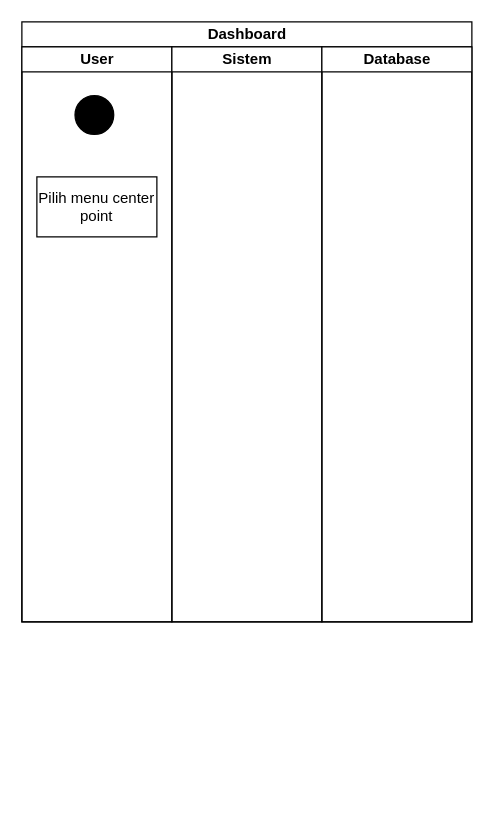
Before: page "center point" (5 of 6) of activity diagram gis.drawio in AmirRazer/DrawIoErd, a draw.io diagram. Source tidied: cells renumbered, new cells numbered last; positions are measured from the earlier drawing's top-left corner, leaving out a move shared by most shapes. Both pictures are drawn from the tidied source at 125%, with x=0, y=0 at pixel (21, 21).
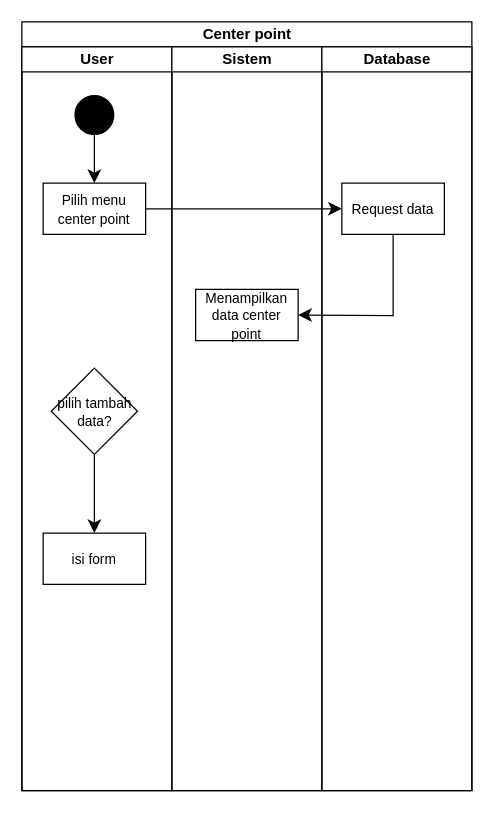
The same diagram, later.

Diff of the diagram source:
```diff
@@
 <mxGraphModel>
   <root>
     <mxCell id="0" />
     <mxCell id="1" parent="0" />
-    <mxCell id="2" value="Dashboard" style="swimlane;startSize=20;html=1;" parent="1" vertex="1">
-      <mxGeometry width="360" height="480" as="geometry" />
+    <mxCell id="2" value="Center point" style="swimlane;startSize=20;html=1;" parent="1" vertex="1">
+      <mxGeometry width="360" height="615" as="geometry" />
     </mxCell>
     <mxCell id="3" value="User" style="swimlane;startSize=20;html=1;" parent="2" vertex="1">
-      <mxGeometry y="20" width="120" height="460" as="geometry" />
+      <mxGeometry y="20" width="120" height="595" as="geometry" />
     </mxCell>
+    <mxCell id="8" style="edgeStyle=none;curved=1;rounded=0;jettySize=auto;html=1;entryX=0.5;entryY=0;entryDx=0;entryDy=0;fontSize=12;startSize=8;endSize=8;" parent="3" edge="1" source="4" target="5">
+      <mxGeometry relative="1" as="geometry" />
+    </mxCell>
     <mxCell id="4" style="ellipse;whiteSpace=wrap;html=1;fillColor=#000000;" parent="3" vertex="1">
       <mxGeometry x="42.5" y="39" width="31" height="31" as="geometry" />
     </mxCell>
-    <mxCell id="5" value="Pilih menu center point" style="rounded=0;whiteSpace=wrap;html=1;" parent="3" vertex="1">
-      <mxGeometry x="12" y="104" width="96" height="48" as="geometry" />
+    <mxCell id="5" value="&lt;font style=&quot;font-size: 11px;&quot;&gt;Pilih menu center point&lt;/font&gt;" style="rounded=0;whiteSpace=wrap;html=1;" parent="3" vertex="1">
+      <mxGeometry x="17" y="109" width="82" height="41" as="geometry" />
     </mxCell>
+    <mxCell id="9" style="edgeStyle=none;curved=1;rounded=0;jettySize=auto;html=1;entryX=0.5;entryY=0;entryDx=0;entryDy=0;fontSize=12;startSize=8;endSize=8;" parent="3" edge="1" source="10" target="11">
+      <mxGeometry relative="1" as="geometry" />
+    </mxCell>
+    <mxCell id="10" value="&lt;font style=&quot;font-size: 11px;&quot;&gt;pilih tambah data?&lt;/font&gt;" style="rhombus;whiteSpace=wrap;html=1;" parent="3" vertex="1">
+      <mxGeometry x="23.5" y="257" width="69" height="69" as="geometry" />
+    </mxCell>
+    <mxCell id="11" value="&lt;font style=&quot;font-size: 11px;&quot;&gt;isi form&lt;/font&gt;" style="rounded=0;whiteSpace=wrap;html=1;" parent="3" vertex="1">
+      <mxGeometry x="17" y="389" width="82" height="41" as="geometry" />
+    </mxCell>
     <mxCell id="6" value="Sistem" style="swimlane;startSize=20;html=1;" parent="2" vertex="1">
-      <mxGeometry x="120" y="20" width="120" height="460" as="geometry" />
+      <mxGeometry x="120" y="20" width="120" height="595" as="geometry" />
     </mxCell>
+    <mxCell id="12" value="&lt;span style=&quot;font-size: 11px;&quot;&gt;Menampilkan data center point&lt;/span&gt;" style="rounded=0;whiteSpace=wrap;html=1;" parent="6" vertex="1">
+      <mxGeometry x="19" y="194" width="82" height="41" as="geometry" />
+    </mxCell>
     <mxCell id="7" value="Database" style="swimlane;startSize=20;html=1;" parent="2" vertex="1">
-      <mxGeometry x="240" y="20" width="120" height="460" as="geometry" />
+      <mxGeometry x="240" y="20" width="120" height="595" as="geometry" />
     </mxCell>
+    <mxCell id="13" value="&lt;font style=&quot;font-size: 11px;&quot;&gt;Request data&lt;/font&gt;" style="rounded=0;whiteSpace=wrap;html=1;" parent="7" vertex="1">
+      <mxGeometry x="16" y="109" width="82" height="41" as="geometry" />
+    </mxCell>
+    <mxCell id="14" style="edgeStyle=none;curved=1;rounded=0;jettySize=auto;html=1;fontSize=12;startSize=8;endSize=8;" parent="2" edge="1" source="5" target="13">
+      <mxGeometry relative="1" as="geometry" />
+    </mxCell>
+    <mxCell id="15" style="edgeStyle=none;curved=0;rounded=0;jettySize=auto;html=1;entryX=1;entryY=0.5;entryDx=0;entryDy=0;fontSize=12;startSize=8;endSize=8;" parent="2" edge="1" source="13" target="12">
+      <mxGeometry relative="1" as="geometry">
+        <Array as="points">
+          <mxPoint x="297" y="235" />
+        </Array>
+      </mxGeometry>
+    </mxCell>
   </root>
 </mxGraphModel>
```
